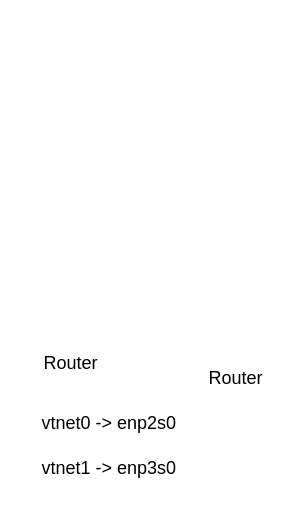
wyxtpthll/testas keeps this draw.io diagram as page "routerProxmos" (5 of 5) of network.drawio. Above is the earlier version. Source tidied: cells renumbered, new cells numbered last; positions are measured from the earlier drawing's top-left corner, leaving out a move shared by most shapes. Both pictures are drawn from the tidied source at 150%, with x=0, y=0 at pixel (26, 340).
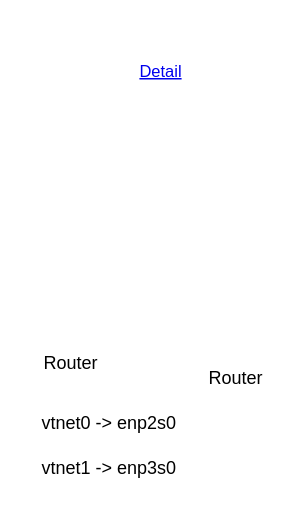
After the change.

Diff of the diagram source:
```diff
@@
 <mxGraphModel>
   <root>
     <mxCell id="0" />
     <mxCell id="1" parent="0" />
     <mxCell id="2" value="vtnet0 -&amp;gt;&amp;nbsp;enp2s0" style="text;html=1;align=center;verticalAlign=middle;strokeColor=none;fillColor=none;" parent="1" vertex="1">
       <mxGeometry y="40" width="110" height="30" as="geometry" />
     </mxCell>
     <mxCell id="3" value="Router" style="text;html=1;strokeColor=none;fillColor=none;align=center;verticalAlign=middle;whiteSpace=wrap;rounded=0;" parent="1" vertex="1">
       <mxGeometry width="60" height="30" as="geometry" />
     </mxCell>
     <mxCell id="4" value="vtnet1 -&amp;gt;&amp;nbsp;enp3s0" style="text;html=1;align=center;verticalAlign=middle;strokeColor=none;fillColor=none;" parent="1" vertex="1">
       <mxGeometry y="70" width="110" height="30" as="geometry" />
     </mxCell>
     <mxCell id="5" value="Router" style="text;html=1;strokeColor=none;fillColor=none;align=center;verticalAlign=middle;whiteSpace=wrap;rounded=0;" parent="1" vertex="1">
       <mxGeometry x="110" y="10" width="60" height="30" as="geometry" />
     </mxCell>
+    <mxCell id="6" value="Detail" style="text;html=1;strokeColor=none;fillColor=none;whiteSpace=wrap;align=center;verticalAlign=middle;fontColor=#0000EE;fontStyle=4;fontSize=11;rounded=0;" parent="1" vertex="1">
+      <mxGeometry x="50" y="-210" width="80" height="60" as="geometry" />
+    </mxCell>
   </root>
 </mxGraphModel>
```
